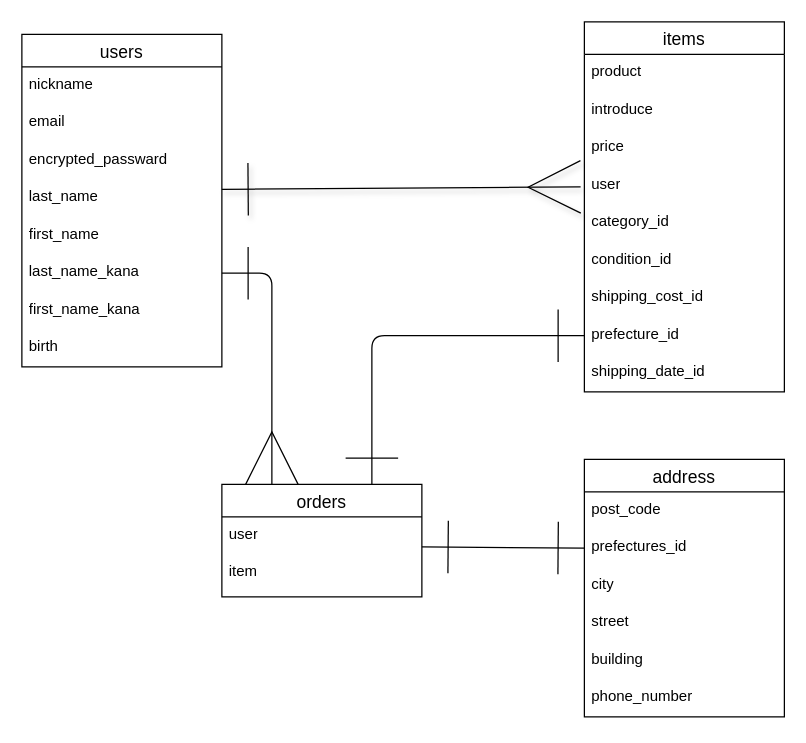
Before: er.dio in ichijikumanjyu-art/furima-46535, a draw.io diagram. Source tidied: cells renumbered, new cells numbered last; positions are measured from the earlier drawing's top-left corner, leaving out a move shared by most shapes. Both pictures are drawn from the tidied source at 125%, with x=0, y=0 at pixel (21, 21).
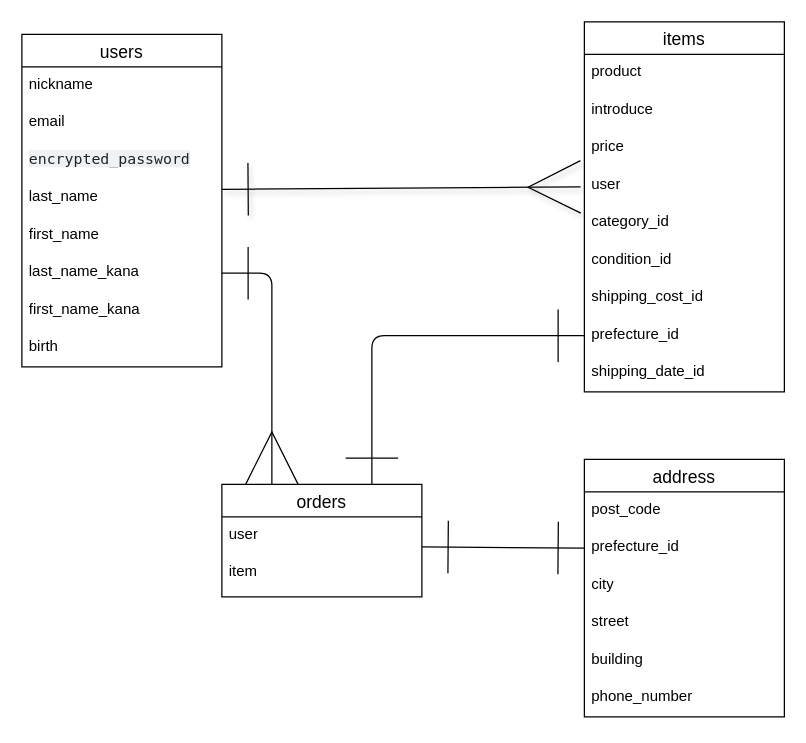
Above is the later version.

The change refers to these unchanged cells:
```xml
<mxCell id="2" value="users" style="swimlane;fontStyle=0;horizontal=1;startSize=26;align=center;fontSize=14;" parent="1" vertex="1">
  <mxGeometry y="10" width="160" height="266" as="geometry" />
</mxCell>
<mxCell id="26" value="address" style="swimlane;fontStyle=0;horizontal=1;startSize=26;align=center;fontSize=14;" parent="1" vertex="1">
  <mxGeometry x="450" y="350" width="160" height="206" as="geometry" />
</mxCell>
```

Diff of the diagram source:
```diff
@@
-    <mxCell id="5" value="encrypted_passward" style="text;strokeColor=none;fillColor=none;spacingLeft=4;spacingRight=4;overflow=hidden;fontSize=12;whiteSpace=wrap;html=1;" parent="2" vertex="1">
+    <mxCell id="5" value="&lt;span style=&quot;color: rgb(31, 35, 40); font-family: &amp;quot;Monaspace Neon&amp;quot;, ui-monospace, SFMono-Regular, &amp;quot;SF Mono&amp;quot;, Menlo, Consolas, &amp;quot;Liberation Mono&amp;quot;, monospace; font-size: 11.9px; white-space: break-spaces; background-color: rgba(129, 139, 152, 0.12);&quot;&gt;encrypted_password&lt;/span&gt;" style="text;strokeColor=none;fillColor=none;spacingLeft=4;spacingRight=4;overflow=hidden;fontSize=12;whiteSpace=wrap;html=1;" parent="2" vertex="1">
       <mxGeometry y="86" width="160" height="30" as="geometry" />
     </mxCell>
@@
-    <mxCell id="28" value="prefectures_id" style="text;strokeColor=none;fillColor=none;spacingLeft=4;spacingRight=4;overflow=hidden;points=[[0,0.5],[1,0.5]];portConstraint=eastwest;fontSize=12;whiteSpace=wrap;html=1;" parent="26" vertex="1">
+    <mxCell id="28" value="prefecture_id" style="text;strokeColor=none;fillColor=none;spacingLeft=4;spacingRight=4;overflow=hidden;points=[[0,0.5],[1,0.5]];portConstraint=eastwest;fontSize=12;whiteSpace=wrap;html=1;" parent="26" vertex="1">
       <mxGeometry y="56" width="160" height="30" as="geometry" />
     </mxCell>
```
